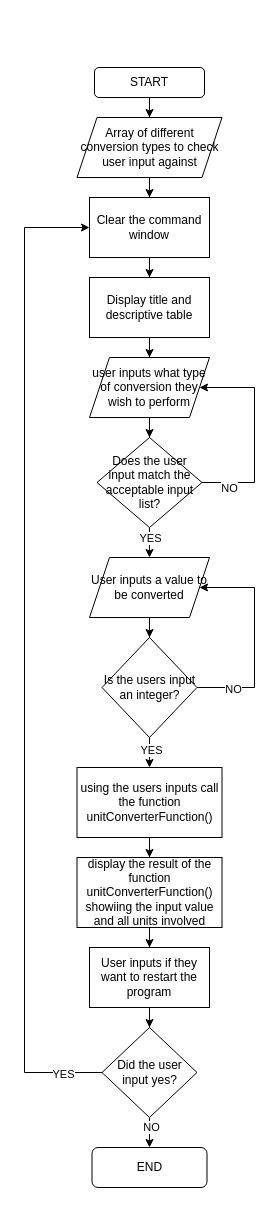
The draw.io diagram UnitConverter.drawio in ShhhhTheBaby/draw.io, before the edit. Source tidied: cells renumbered, new cells numbered last; positions are measured from the earlier drawing's top-left corner, leaving out a move shared by most shapes. Both pictures are drawn from the tidied source at 100%, with x=0, y=0 at pixel (24, 67).
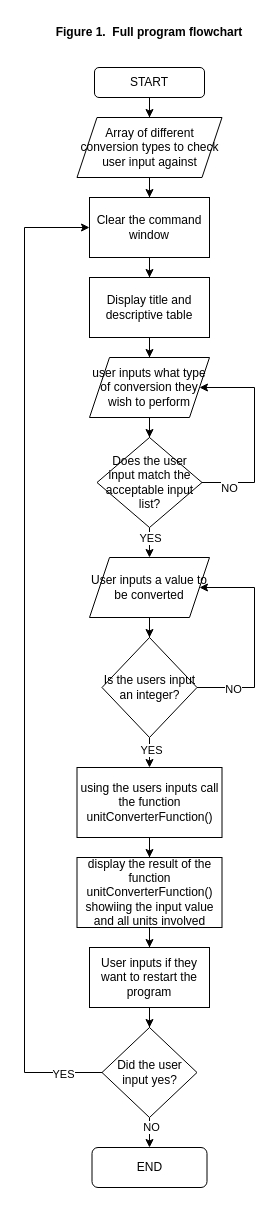
After the change.

Change to the diagram source:
```diff
@@
+    <mxCell id="36" value="&lt;b&gt;Figure 1.&amp;nbsp; Full program flowchart&lt;/b&gt;" style="text;html=1;align=center;verticalAlign=middle;whiteSpace=wrap;rounded=0;" parent="1" vertex="1">
+      <mxGeometry x="25" y="-50" width="200" height="30" as="geometry" />
+    </mxCell>
```
